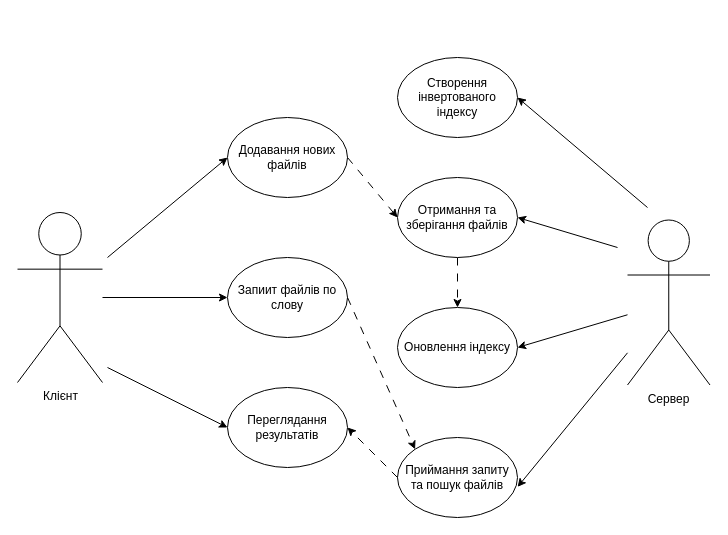
AlleinaZh/coursework-pc keeps this draw.io diagram as UML/use case.drawio. Above is the earlier version. Source tidied: cells renumbered, new cells numbered last; positions are measured from the earlier drawing's top-left corner, leaving out a move shared by most shapes. Both pictures are drawn from the tidied source at 100%, with x=0, y=0 at pixel (17, 57).
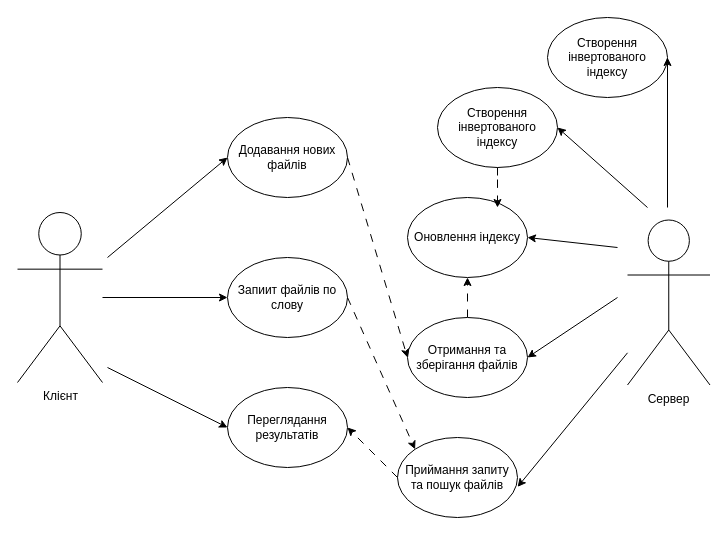
The same page after the edit.

Unchanged cells that the change refers to:
```xml
<mxCell id="5" value="Сервер" style="shape=umlActor;verticalLabelPosition=bottom;verticalAlign=top;html=1;outlineConnect=0;" parent="1" vertex="1">
  <mxGeometry x="610" y="162.5" width="82.5" height="165" as="geometry" />
</mxCell>
```

Diff of the diagram source:
```diff
@@
     <mxCell id="8" value="Створення інвертованого індексу" style="ellipse;whiteSpace=wrap;html=1;" parent="1" vertex="1">
-      <mxGeometry x="380" width="120" height="80" as="geometry" />
+      <mxGeometry x="420" y="30" width="120" height="80" as="geometry" />
     </mxCell>
     <mxCell id="9" value="Оновлення індексу" style="ellipse;whiteSpace=wrap;html=1;" parent="1" vertex="1">
-      <mxGeometry x="380" y="250" width="120" height="80" as="geometry" />
+      <mxGeometry x="390" y="140" width="120" height="80" as="geometry" />
     </mxCell>
@@
     <mxCell id="12" value="Отримання та зберігання файлів" style="ellipse;whiteSpace=wrap;html=1;" parent="1" vertex="1">
-      <mxGeometry x="380" y="120" width="120" height="80" as="geometry" />
+      <mxGeometry x="390" y="260" width="120" height="80" as="geometry" />
     </mxCell>
@@
     <mxCell id="15" style="endArrow=classic;html=1;rounded=0;entryX=1;entryY=0.5;entryDx=0;entryDy=0;" parent="1" edge="1" target="12">
       <mxGeometry relative="1" as="geometry">
-        <mxPoint x="600" y="190" as="sourcePoint" />
+        <mxPoint x="600" y="240" as="sourcePoint" />
       </mxGeometry>
     </mxCell>
-    <mxCell id="16" style="endArrow=classic;html=1;rounded=0;entryX=1;entryY=0.5;entryDx=0;entryDy=0;" parent="1" edge="1" source="5" target="9">
-      <mxGeometry relative="1" as="geometry" />
+    <mxCell id="16" style="endArrow=classic;html=1;rounded=0;entryX=1;entryY=0.5;entryDx=0;entryDy=0;" parent="1" edge="1" target="9">
+      <mxGeometry relative="1" as="geometry">
+        <mxPoint x="600" y="190" as="sourcePoint" />
+      </mxGeometry>
     </mxCell>
@@
+    <mxCell id="22" value="Створення інвертованого індексу" style="ellipse;whiteSpace=wrap;html=1;" parent="1" vertex="1">
+      <mxGeometry x="530" y="-40" width="120" height="80" as="geometry" />
+    </mxCell>
+    <mxCell id="23" style="endArrow=classic;html=1;rounded=0;entryX=1;entryY=0.5;entryDx=0;entryDy=0;" parent="1" edge="1" target="22">
+      <mxGeometry relative="1" as="geometry">
+        <mxPoint x="650" y="150" as="sourcePoint" />
+      </mxGeometry>
+    </mxCell>
+    <mxCell id="24" style="edgeStyle=orthogonalEdgeStyle;rounded=0;jettySize=auto;html=1;entryX=0.75;entryY=0.125;entryDx=0;entryDy=0;entryPerimeter=0;dashed=1;dashPattern=8 8;" parent="1" edge="1" source="8" target="9">
+      <mxGeometry relative="1" as="geometry" />
+    </mxCell>
```
